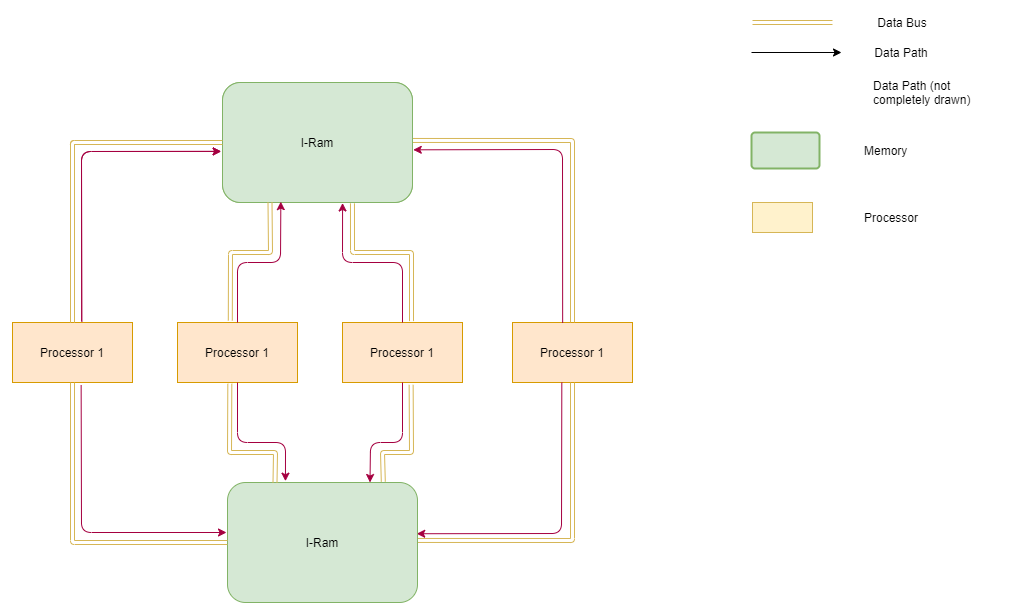
Above: Data Path/Multi Core.png in ThusharaSampath/Processor_Design_Project (draw.io), before the change. Source tidied: cells renumbered, new cells last; positions are measured from the earlier drawing's top-left corner, leaving out a move shared by most shapes.
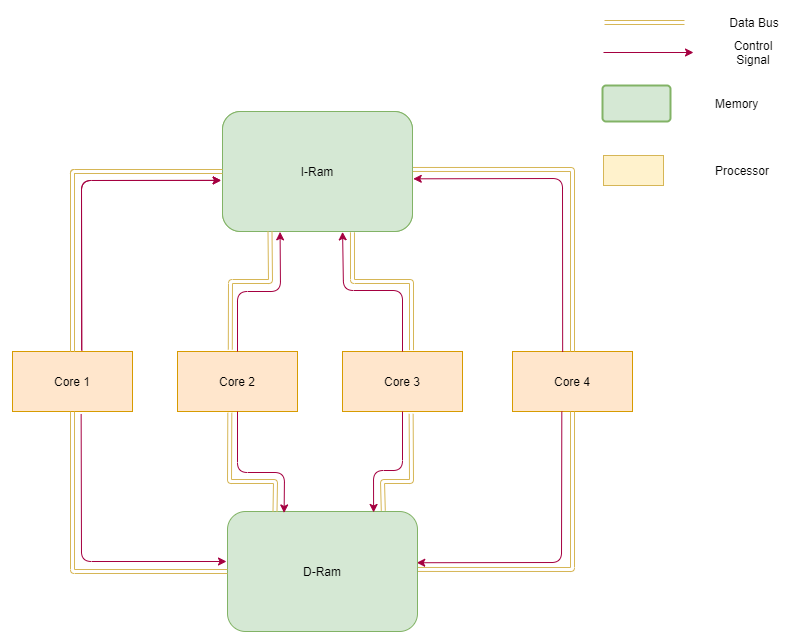
After the change.

The edit, as a diff of the source:
```diff
@@ -2,29 +2,29 @@
   <root>
     <mxCell id="0" />
     <mxCell id="1" parent="0" />
-    <mxCell id="2" value="Processor 1" style="rounded=0;whiteSpace=wrap;html=1;fillColor=#ffe6cc;strokeColor=#d79b00;" parent="1" vertex="1">
+    <mxCell id="2" value="Core 1" style="rounded=0;whiteSpace=wrap;html=1;fillColor=#ffe6cc;strokeColor=#d79b00;" parent="1" vertex="1">
       <mxGeometry y="310" width="120" height="60" as="geometry" />
     </mxCell>
-    <mxCell id="3" value="Processor 1" style="rounded=0;whiteSpace=wrap;html=1;fillColor=#ffe6cc;strokeColor=#d79b00;" parent="1" vertex="1">
+    <mxCell id="3" value="Core 2" style="rounded=0;whiteSpace=wrap;html=1;fillColor=#ffe6cc;strokeColor=#d79b00;" parent="1" vertex="1">
       <mxGeometry x="165" y="310" width="120" height="60" as="geometry" />
     </mxCell>
-    <mxCell id="4" value="Processor 1" style="rounded=0;whiteSpace=wrap;html=1;fillColor=#ffe6cc;strokeColor=#d79b00;" parent="1" vertex="1">
+    <mxCell id="4" value="Core 4" style="rounded=0;whiteSpace=wrap;html=1;fillColor=#ffe6cc;strokeColor=#d79b00;" parent="1" vertex="1">
       <mxGeometry x="500" y="310" width="120" height="60" as="geometry" />
     </mxCell>
-    <mxCell id="5" value="Processor 1" style="rounded=0;whiteSpace=wrap;html=1;fillColor=#ffe6cc;strokeColor=#d79b00;" parent="1" vertex="1">
+    <mxCell id="5" value="Core 3" style="rounded=0;whiteSpace=wrap;html=1;fillColor=#ffe6cc;strokeColor=#d79b00;" parent="1" vertex="1">
       <mxGeometry x="330" y="310" width="120" height="60" as="geometry" />
     </mxCell>
     <mxCell id="6" value="I-Ram" style="rounded=1;whiteSpace=wrap;html=1;fillColor=#d5e8d4;strokeColor=#82b366;" parent="1" vertex="1">
       <mxGeometry x="210" y="70" width="190" height="120" as="geometry" />
     </mxCell>
-    <mxCell id="7" style="endArrow=classic;html=1;" parent="1" edge="1">
+    <mxCell id="7" style="endArrow=classic;html=1;strokeColor=#A50040;" parent="1" edge="1">
       <mxGeometry relative="1" as="geometry">
-        <mxPoint x="739" y="40" as="sourcePoint" />
-        <mxPoint x="829" y="40" as="targetPoint" />
+        <mxPoint x="591" y="11" as="sourcePoint" />
+        <mxPoint x="681" y="11" as="targetPoint" />
       </mxGeometry>
     </mxCell>
-    <mxCell id="8" value="Data Path" style="text;html=1;strokeColor=none;fillColor=none;align=center;verticalAlign=middle;whiteSpace=wrap;rounded=0;" parent="1" vertex="1">
-      <mxGeometry x="859" y="30" width="60" height="20" as="geometry" />
+    <mxCell id="8" value="Control Signal" style="text;html=1;strokeColor=none;fillColor=none;align=center;verticalAlign=middle;whiteSpace=wrap;rounded=0;" parent="1" vertex="1">
+      <mxGeometry x="711" y="1" width="60" height="20" as="geometry" />
     </mxCell>
     <mxCell id="9" style="endArrow=classic;html=1;fillColor=#d80073;strokeColor=#A50040;exitX=0.577;exitY=-0.018;exitDx=0;exitDy=0;exitPerimeter=0;entryX=-0.007;entryY=0.574;entryDx=0;entryDy=0;entryPerimeter=0;" parent="1" edge="1" source="2" target="6">
       <mxGeometry relative="1" as="geometry">
@@ -33,14 +33,11 @@
         </Array>
       </mxGeometry>
     </mxCell>
-    <mxCell id="10" value="Data Path (not completely drawn)" style="text;html=1;strokeColor=none;fillColor=none;align=left;verticalAlign=middle;whiteSpace=wrap;rounded=0;" parent="1" vertex="1">
-      <mxGeometry x="859" y="70" width="130" height="20" as="geometry" />
-    </mxCell>
     <mxCell id="11" style="html=1;whiteSpace=wrap;whiteSpace=wrap;fontSize=13;spacing=7;strokeColor=#82b366;strokeOpacity=100;rounded=1;absoluteArcSize=1;arcSize=7.199999999999999;strokeWidth=2;fillColor=#d5e8d4;" parent="1" vertex="1">
-      <mxGeometry x="739" y="120" width="68" height="36" as="geometry" />
+      <mxGeometry x="590" y="44" width="68" height="36" as="geometry" />
     </mxCell>
     <mxCell id="12" value="Processor" style="text;html=1;strokeColor=none;fillColor=none;align=left;verticalAlign=middle;whiteSpace=wrap;rounded=0;" parent="1" vertex="1">
-      <mxGeometry x="850" y="195" width="60" height="20" as="geometry" />
+      <mxGeometry x="701" y="119" width="60" height="20" as="geometry" />
     </mxCell>
     <mxCell id="13" style="endArrow=none;html=1;fillColor=#fff2cc;strokeColor=#d6b656;shape=link;exitX=0.5;exitY=0;exitDx=0;exitDy=0;entryX=0;entryY=0.5;entryDx=0;entryDy=0;" parent="1" edge="1" source="2" target="6">
       <mxGeometry relative="1" as="geometry">
@@ -50,18 +47,18 @@
       </mxGeometry>
     </mxCell>
     <mxCell id="14" value="Data Bus" style="text;html=1;strokeColor=none;fillColor=none;align=center;verticalAlign=middle;whiteSpace=wrap;rounded=0;" parent="1" vertex="1">
-      <mxGeometry x="860" width="60" height="20" as="geometry" />
+      <mxGeometry x="712" y="-29" width="60" height="20" as="geometry" />
     </mxCell>
     <mxCell id="15" style="rounded=0;whiteSpace=wrap;html=1;fillColor=#fff2cc;strokeColor=#d6b656;" parent="1" vertex="1">
-      <mxGeometry x="740" y="190" width="60" height="30" as="geometry" />
+      <mxGeometry x="591" y="114" width="60" height="30" as="geometry" />
     </mxCell>
     <mxCell id="16" value="Memory" style="text;html=1;strokeColor=none;fillColor=none;align=left;verticalAlign=middle;whiteSpace=wrap;rounded=0;" parent="1" vertex="1">
-      <mxGeometry x="850" y="128" width="60" height="20" as="geometry" />
+      <mxGeometry x="701" y="52" width="60" height="20" as="geometry" />
     </mxCell>
     <mxCell id="17" style="endArrow=none;html=1;fillColor=#fff2cc;strokeColor=#d6b656;shape=link;" parent="1" edge="1">
       <mxGeometry relative="1" as="geometry">
-        <mxPoint x="740" y="10" as="sourcePoint" />
-        <mxPoint x="820" y="10" as="targetPoint" />
+        <mxPoint x="592" y="-19" as="sourcePoint" />
+        <mxPoint x="672" y="-19" as="targetPoint" />
       </mxGeometry>
     </mxCell>
     <mxCell id="18" style="endArrow=classic;html=1;fillColor=#d80073;strokeColor=#A50040;exitX=0.418;exitY=0.006;exitDx=0;exitDy=0;exitPerimeter=0;entryX=1.004;entryY=0.561;entryDx=0;entryDy=0;entryPerimeter=0;" parent="1" edge="1" source="4" target="6">
@@ -78,14 +75,6 @@
         </Array>
       </mxGeometry>
     </mxCell>
-    <mxCell id="20" style="endArrow=classic;html=1;fillColor=#d80073;strokeColor=#A50040;exitX=0.5;exitY=0;exitDx=0;exitDy=0;entryX=0.632;entryY=1.004;entryDx=0;entryDy=0;entryPerimeter=0;" parent="1" edge="1" source="5" target="6">
-      <mxGeometry relative="1" as="geometry">
-        <Array as="points">
-          <mxPoint x="390" y="250" />
-          <mxPoint x="330" y="250" />
-        </Array>
-      </mxGeometry>
-    </mxCell>
     <mxCell id="21" style="endArrow=none;html=1;fillColor=#fff2cc;strokeColor=#d6b656;shape=link;exitX=0.575;exitY=-0.023;exitDx=0;exitDy=0;entryX=0.684;entryY=1.007;entryDx=0;entryDy=0;entryPerimeter=0;exitPerimeter=0;" parent="1" edge="1" source="5" target="6">
       <mxGeometry relative="1" as="geometry">
         <Array as="points">
@@ -121,11 +110,11 @@
         </Array>
       </mxGeometry>
     </mxCell>
-    <mxCell id="26" style="endArrow=classic;html=1;fillColor=#d80073;strokeColor=#A50040;exitX=0.5;exitY=0;exitDx=0;exitDy=0;entryX=0.307;entryY=0.993;entryDx=0;entryDy=0;entryPerimeter=0;" parent="1" edge="1" source="3" target="22">
+    <mxCell id="26" style="endArrow=none;html=1;fillColor=#d80073;strokeColor=#A50040;entryX=0.5;entryY=0;entryDx=0;entryDy=0;exitX=0.303;exitY=1.003;exitDx=0;exitDy=0;exitPerimeter=0;startArrow=classic;startFill=1;endFill=0;" parent="1" edge="1" source="22" target="3">
       <mxGeometry relative="1" as="geometry">
         <Array as="points">
+          <mxPoint x="268" y="250" />
           <mxPoint x="225" y="250" />
-          <mxPoint x="268" y="250" />
         </Array>
       </mxGeometry>
     </mxCell>
@@ -144,14 +133,6 @@
         </Array>
       </mxGeometry>
     </mxCell>
-    <mxCell id="29" style="endArrow=classic;html=1;fillColor=#d80073;strokeColor=#A50040;exitX=0.5;exitY=1;exitDx=0;exitDy=0;entryX=0.75;entryY=0;entryDx=0;entryDy=0;" parent="1" edge="1" source="5" target="31">
-      <mxGeometry relative="1" as="geometry">
-        <Array as="points">
-          <mxPoint x="390" y="430" />
-          <mxPoint x="358" y="430" />
-        </Array>
-      </mxGeometry>
-    </mxCell>
     <mxCell id="30" style="endArrow=none;html=1;fillColor=#fff2cc;strokeColor=#d6b656;shape=link;exitX=0.82;exitY=-0.007;exitDx=0;exitDy=0;entryX=0.572;entryY=1.039;entryDx=0;entryDy=0;entryPerimeter=0;exitPerimeter=0;" parent="1" edge="1" source="31" target="5">
       <mxGeometry relative="1" as="geometry">
         <Array as="points">
@@ -160,7 +141,7 @@
         </Array>
       </mxGeometry>
     </mxCell>
-    <mxCell id="31" value="I-Ram" style="rounded=1;whiteSpace=wrap;html=1;fillColor=#d5e8d4;strokeColor=#82b366;" parent="1" vertex="1">
+    <mxCell id="31" value="D-Ram" style="rounded=1;whiteSpace=wrap;html=1;fillColor=#d5e8d4;strokeColor=#82b366;" parent="1" vertex="1">
       <mxGeometry x="215" y="470" width="190" height="120" as="geometry" />
     </mxCell>
     <mxCell id="32" style="endArrow=none;html=1;fillColor=#fff2cc;strokeColor=#d6b656;shape=link;exitX=0.5;exitY=1;exitDx=0;exitDy=0;entryX=0;entryY=0.5;entryDx=0;entryDy=0;" parent="1" edge="1" source="2" target="31">
@@ -186,13 +167,29 @@
         </Array>
       </mxGeometry>
     </mxCell>
-    <mxCell id="35" style="endArrow=classic;html=1;fillColor=#d80073;strokeColor=#A50040;exitX=0.5;exitY=1;exitDx=0;exitDy=0;entryX=0.305;entryY=-0.011;entryDx=0;entryDy=0;entryPerimeter=0;" parent="1" edge="1" source="3" target="31">
-      <mxGeometry relative="1" as="geometry">
-        <Array as="points">
-          <mxPoint x="225" y="430" />
-          <mxPoint x="273" y="430" />
-        </Array>
-      </mxGeometry>
-    </mxCell>
+    <mxCell id="36" style="endArrow=none;html=1;fillColor=#d80073;strokeColor=#A50040;entryX=0.5;entryY=0;entryDx=0;entryDy=0;exitX=0.632;exitY=1.003;exitDx=0;exitDy=0;exitPerimeter=0;startArrow=classic;startFill=1;endFill=0;" parent="1" edge="1" source="22" target="5">
+      <mxGeometry relative="1" as="geometry">
+        <Array as="points">
+          <mxPoint x="331" y="249" />
+          <mxPoint x="390" y="249" />
+        </Array>
+      </mxGeometry>
+    </mxCell>
+    <mxCell id="37" style="endArrow=none;startArrow=classic;html=1;entryX=0.5;entryY=1;entryDx=0;entryDy=0;exitX=0.298;exitY=0.012;exitDx=0;exitDy=0;exitPerimeter=0;fillColor=#a20025;strokeColor=#A50040;endFill=0;" parent="1" edge="1" source="31" target="3">
+      <mxGeometry relative="1" as="geometry">
+        <Array as="points">
+          <mxPoint x="272" y="431" />
+          <mxPoint x="225" y="431" />
+        </Array>
+      </mxGeometry>
+    </mxCell>
+    <mxCell id="38" style="endArrow=none;startArrow=classic;html=1;entryX=0.5;entryY=1;entryDx=0;entryDy=0;fillColor=#a20025;strokeColor=#A50040;exitX=0.769;exitY=0.008;exitDx=0;exitDy=0;exitPerimeter=0;endFill=0;" parent="1" edge="1" source="31" target="5">
+      <mxGeometry relative="1" as="geometry">
+        <Array as="points">
+          <mxPoint x="361" y="429" />
+          <mxPoint x="390" y="429" />
+        </Array>
+      </mxGeometry>
+    </mxCell>
   </root>
 </mxGraphModel>
```
